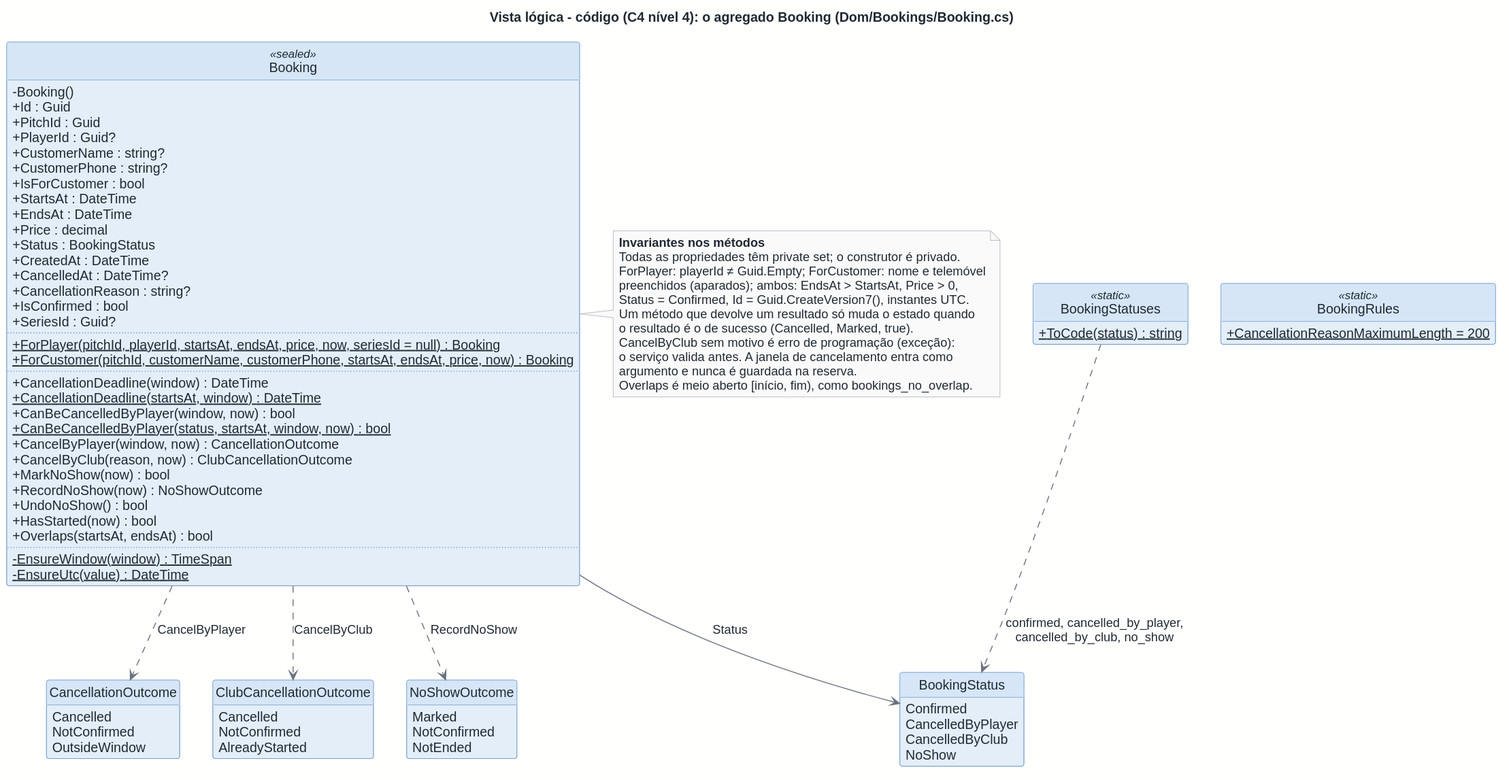
This is docs/architecture/out/logical-code-booking.svg from rodrigo4sousa/SportsEstablishments, a PlantUML export, as it was before one commit.
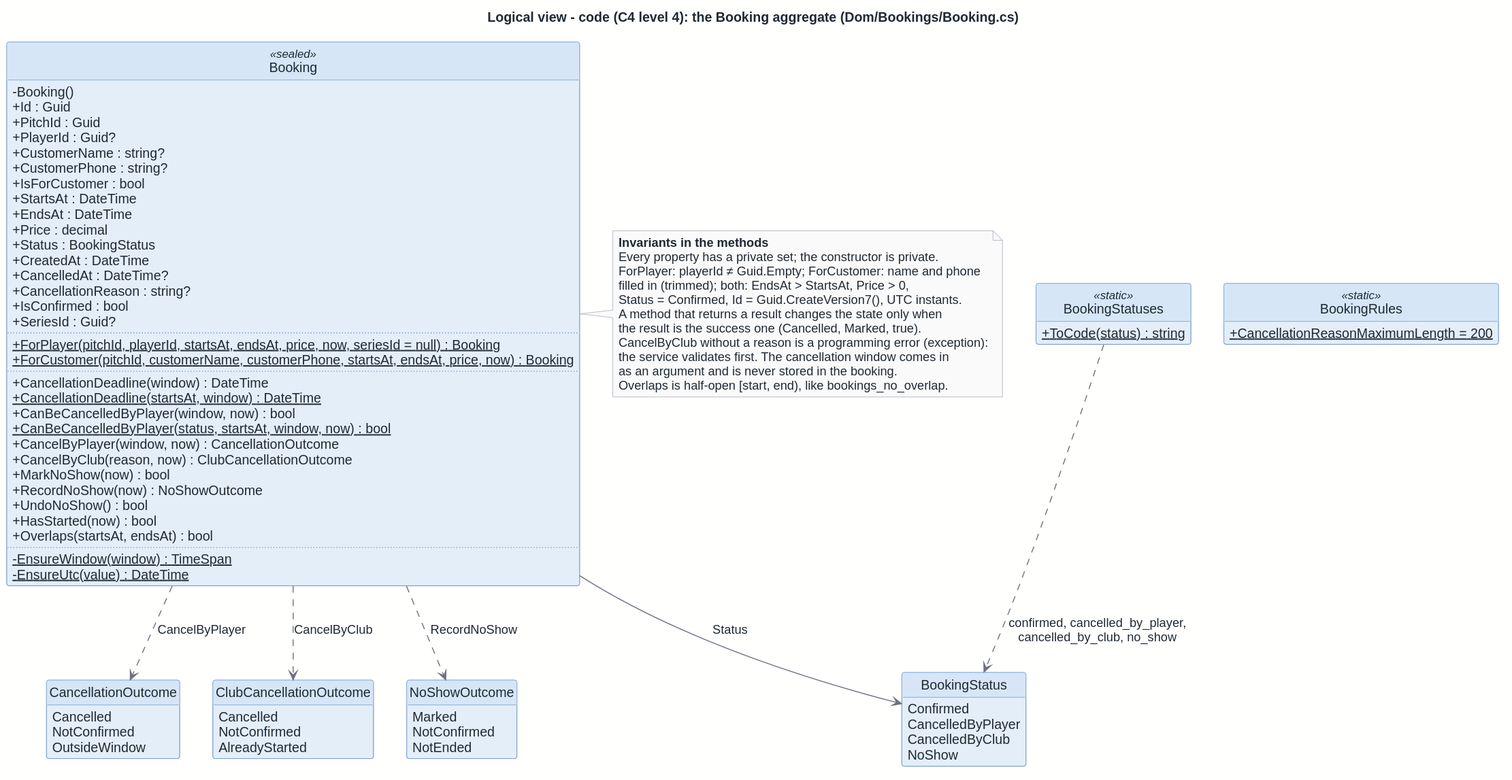
Above is the later version.

The edit, as a diff of the source:
```diff
@@ -1,6 +1,6 @@
 @startuml
 !include ../style.puml
-title Vista lógica - código (C4 nível 4): o agregado Booking (Dom/Bookings/Booking.cs)
+title Logical view - code (C4 level 4): the Booking aggregate (Dom/Bookings/Booking.cs)
 
 hide empty members
 
@@ -81,16 +81,16 @@
 D_BOOKING_BookingStatuses ..> D_BOOKING_BookingStatus : confirmed, cancelled_by_player,\ncancelled_by_club, no_show
 
 note right of D_BOOKING
-  **Invariantes nos métodos**
-  Todas as propriedades têm private set; o construtor é privado.
-  ForPlayer: playerId ≠ Guid.Empty; ForCustomer: nome e telemóvel
-  preenchidos (aparados); ambos: EndsAt > StartsAt, Price > 0,
-  Status = Confirmed, Id = Guid.CreateVersion7(), instantes UTC.
-  Um método que devolve um resultado só muda o estado quando
-  o resultado é o de sucesso (Cancelled, Marked, true).
-  CancelByClub sem motivo é erro de programação (exceção):
-  o serviço valida antes. A janela de cancelamento entra como
-  argumento e nunca é guardada na reserva.
-  Overlaps é meio aberto [início, fim), como bookings_no_overlap.
+  **Invariants in the methods**
+  Every property has a private set; the constructor is private.
+  ForPlayer: playerId ≠ Guid.Empty; ForCustomer: name and phone
+  filled in (trimmed); both: EndsAt > StartsAt, Price > 0,
+  Status = Confirmed, Id = Guid.CreateVersion7(), UTC instants.
+  A method that returns a result changes the state only when
+  the result is the success one (Cancelled, Marked, true).
+  CancelByClub without a reason is a programming error (exception):
+  the service validates first. The cancellation window comes in
+  as an argument and is never stored in the booking.
+  Overlaps is half-open [start, end), like bookings_no_overlap.
 end note
 @enduml
```
